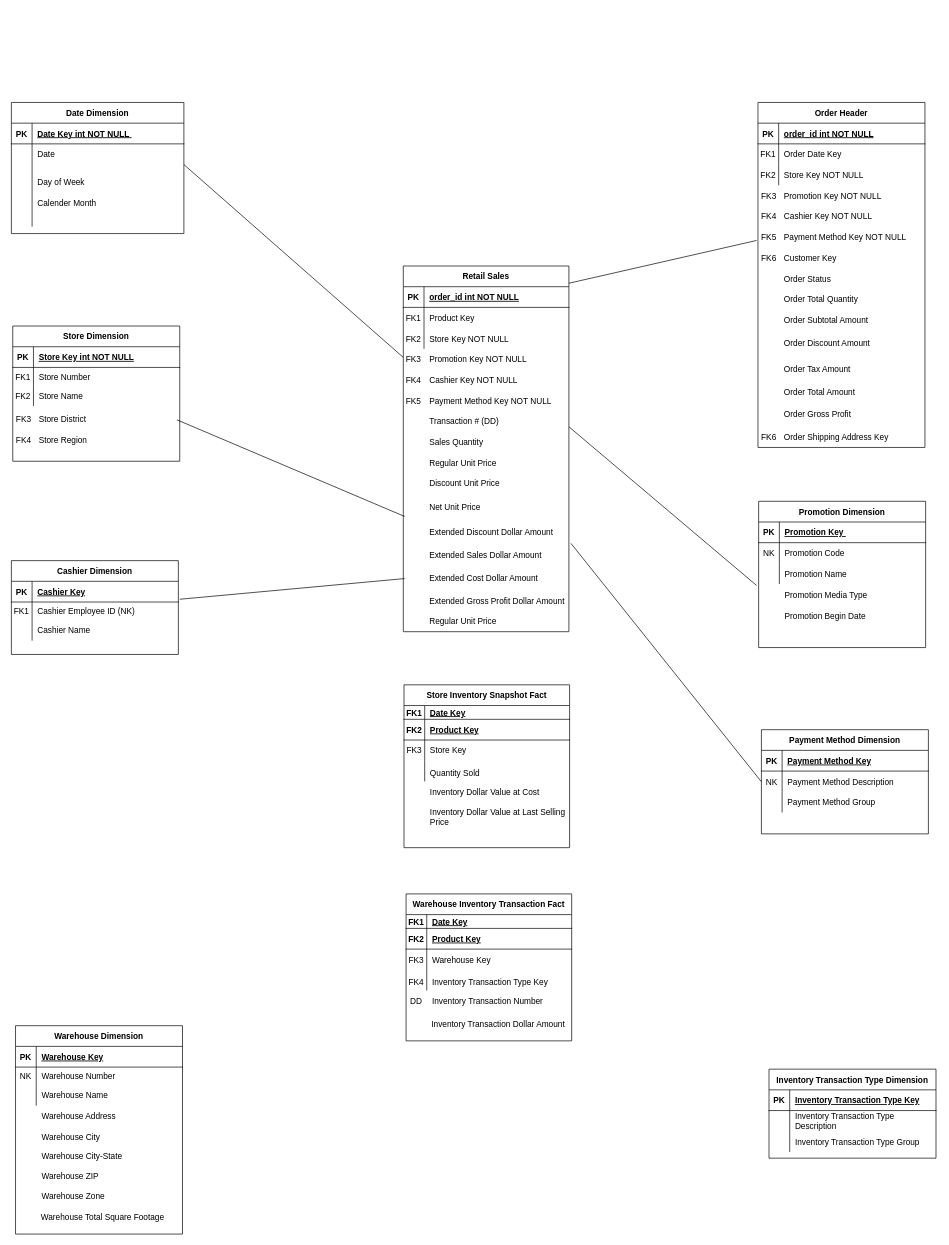
Earlier version of the draw.io diagram Untitled Diagram.drawio (mannny29/demo). Source tidied: cells renumbered, new cells numbered last; positions are measured from the earlier drawing's top-left corner, leaving out a move shared by most shapes. Both pictures are drawn from the tidied source at 69%, with x=0, y=0 at pixel (11, 102).
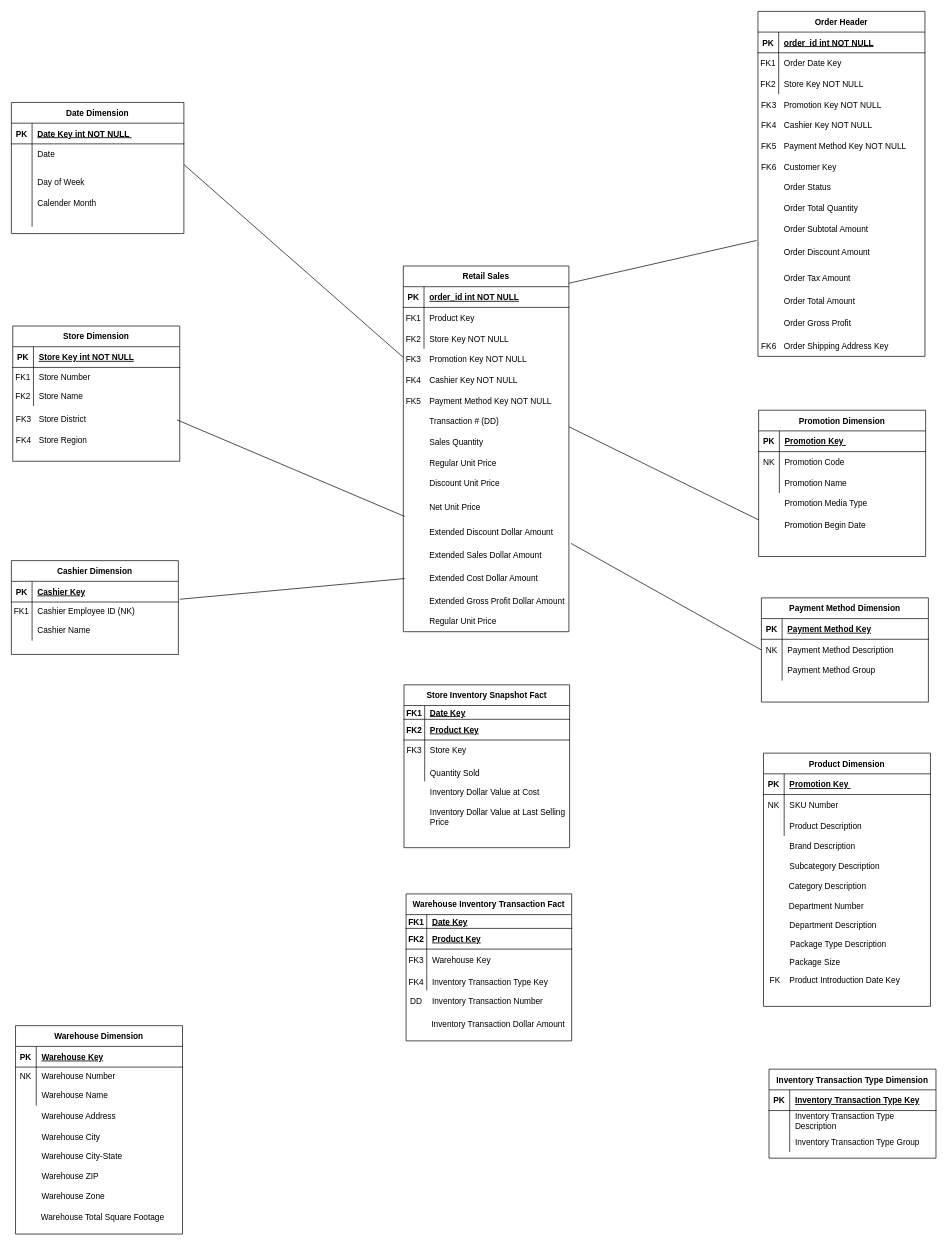
After the change.

Diff of the diagram source:
```diff
@@
     <mxCell id="49" value="Order Header" style="shape=table;startSize=30;childLayout=tableLayout;rowLines=0;fontStyle=1;align=center;" parent="1" vertex="1">
-      <mxGeometry x="1082" width="242" height="500" as="geometry" />
+      <mxGeometry x="1082" y="-132" width="242" height="500" as="geometry" />
     </mxCell>
@@
     <mxCell id="59" value="FK3" style="shape=partialRectangle;overflow=hidden;fillColor=none;top=0;left=0;bottom=0;right=0;" parent="1" vertex="1">
-      <mxGeometry x="1082" y="120" width="32" height="30" as="geometry" />
+      <mxGeometry x="1082" y="-12" width="32" height="30" as="geometry" />
     </mxCell>
     <mxCell id="60" value="Promotion Key NOT NULL" style="shape=partialRectangle;overflow=hidden;fillColor=none;top=0;left=0;bottom=0;right=0;align=left;spacingLeft=6;" parent="1" vertex="1">
-      <mxGeometry x="1112" y="120" width="222" height="30" as="geometry" />
+      <mxGeometry x="1112" y="-12" width="222" height="30" as="geometry" />
     </mxCell>
     <mxCell id="61" value="FK4" style="shape=partialRectangle;overflow=hidden;fillColor=none;top=0;left=0;bottom=0;right=0;" parent="1" vertex="1">
-      <mxGeometry x="1082" y="150" width="32" height="30" as="geometry" />
+      <mxGeometry x="1082" y="18" width="32" height="30" as="geometry" />
     </mxCell>
     <mxCell id="62" value="Cashier Key NOT NULL" style="shape=partialRectangle;overflow=hidden;fillColor=none;top=0;left=0;bottom=0;right=0;align=left;spacingLeft=6;" parent="1" vertex="1">
-      <mxGeometry x="1112" y="150" width="222" height="30" as="geometry" />
+      <mxGeometry x="1112" y="18" width="222" height="30" as="geometry" />
     </mxCell>
     <mxCell id="63" value="FK5" style="shape=partialRectangle;overflow=hidden;fillColor=none;top=0;left=0;bottom=0;right=0;" parent="1" vertex="1">
-      <mxGeometry x="1082" y="180" width="32" height="30" as="geometry" />
+      <mxGeometry x="1082" y="48" width="32" height="30" as="geometry" />
     </mxCell>
     <mxCell id="64" value="Payment Method Key NOT NULL" style="shape=partialRectangle;overflow=hidden;fillColor=none;top=0;left=0;bottom=0;right=0;align=left;spacingLeft=6;" parent="1" vertex="1">
-      <mxGeometry x="1112" y="180" width="222" height="30" as="geometry" />
+      <mxGeometry x="1112" y="48" width="222" height="30" as="geometry" />
     </mxCell>
     <mxCell id="65" style="shape=partialRectangle;overflow=hidden;fillColor=none;top=0;left=0;bottom=0;right=0;" parent="1" vertex="1">
-      <mxGeometry x="1082" y="210" width="32" height="30" as="geometry" />
+      <mxGeometry x="1082" y="78" width="32" height="30" as="geometry" />
     </mxCell>
     <mxCell id="66" value="Customer Key " style="shape=partialRectangle;overflow=hidden;fillColor=none;top=0;left=0;bottom=0;right=0;align=left;spacingLeft=6;" parent="1" vertex="1">
-      <mxGeometry x="1112" y="210" width="222" height="30" as="geometry" />
+      <mxGeometry x="1112" y="78" width="222" height="30" as="geometry" />
     </mxCell>
     <mxCell id="67" style="shape=partialRectangle;overflow=hidden;fillColor=none;top=0;left=0;bottom=0;right=0;" parent="1" vertex="1">
-      <mxGeometry x="1082" y="240" width="32" height="30" as="geometry" />
+      <mxGeometry x="1082" y="108" width="32" height="30" as="geometry" />
     </mxCell>
     <mxCell id="68" value="Order Status" style="shape=partialRectangle;overflow=hidden;fillColor=none;top=0;left=0;bottom=0;right=0;align=left;spacingLeft=6;" parent="1" vertex="1">
-      <mxGeometry x="1112" y="240" width="222" height="30" as="geometry" />
+      <mxGeometry x="1112" y="108" width="222" height="30" as="geometry" />
     </mxCell>
     <mxCell id="69" style="shape=partialRectangle;overflow=hidden;fillColor=none;top=0;left=0;bottom=0;right=0;" parent="1" vertex="1">
-      <mxGeometry x="1082" y="270" width="32" height="30" as="geometry" />
+      <mxGeometry x="1082" y="138" width="32" height="30" as="geometry" />
     </mxCell>
     <mxCell id="70" value="Order Total Quantity" style="shape=partialRectangle;overflow=hidden;fillColor=none;top=0;left=0;bottom=0;right=0;align=left;spacingLeft=6;" parent="1" vertex="1">
-      <mxGeometry x="1112" y="270" width="222" height="30" as="geometry" />
+      <mxGeometry x="1112" y="138" width="222" height="30" as="geometry" />
     </mxCell>
     <mxCell id="71" value="Order Subtotal Amount " style="shape=partialRectangle;overflow=hidden;fillColor=none;top=0;left=0;bottom=0;right=0;align=left;spacingLeft=6;" parent="1" vertex="1">
-      <mxGeometry x="1112" y="300" width="222" height="30" as="geometry" />
+      <mxGeometry x="1112" y="168" width="222" height="30" as="geometry" />
     </mxCell>
     <mxCell id="72" value="Order Tax Amount" style="shape=partialRectangle;overflow=hidden;fillColor=none;top=0;left=0;bottom=0;right=0;align=left;spacingLeft=6;" parent="1" vertex="1">
-      <mxGeometry x="1112" y="371" width="222" height="30" as="geometry" />
+      <mxGeometry x="1112" y="239" width="222" height="30" as="geometry" />
     </mxCell>
     <mxCell id="73" value="Order Discount Amount" style="shape=partialRectangle;overflow=hidden;fillColor=none;top=0;left=0;bottom=0;right=0;align=left;spacingLeft=6;" parent="1" vertex="1">
-      <mxGeometry x="1112" y="334" width="222" height="30" as="geometry" />
+      <mxGeometry x="1112" y="202" width="222" height="30" as="geometry" />
     </mxCell>
     <mxCell id="74" value="Order Total Amount" style="shape=partialRectangle;overflow=hidden;fillColor=none;top=0;left=0;bottom=0;right=0;align=left;spacingLeft=6;" parent="1" vertex="1">
-      <mxGeometry x="1112" y="404" width="222" height="30" as="geometry" />
+      <mxGeometry x="1112" y="272" width="222" height="30" as="geometry" />
     </mxCell>
     <mxCell id="75" value="Order Gross Profit " style="shape=partialRectangle;overflow=hidden;fillColor=none;top=0;left=0;bottom=0;right=0;align=left;spacingLeft=6;" parent="1" vertex="1">
-      <mxGeometry x="1112" y="437" width="222" height="30" as="geometry" />
+      <mxGeometry x="1112" y="305" width="222" height="30" as="geometry" />
     </mxCell>
     <mxCell id="76" value="Order Shipping Address Key" style="shape=partialRectangle;overflow=hidden;fillColor=none;top=0;left=0;bottom=0;right=0;align=left;spacingLeft=6;" parent="1" vertex="1">
-      <mxGeometry x="1112" y="470" width="222" height="30" as="geometry" />
+      <mxGeometry x="1112" y="338" width="222" height="30" as="geometry" />
     </mxCell>
     <mxCell id="77" value="FK6" style="shape=partialRectangle;overflow=hidden;fillColor=none;top=0;left=0;bottom=0;right=0;" parent="1" vertex="1">
-      <mxGeometry x="1082" y="210" width="32" height="30" as="geometry" />
+      <mxGeometry x="1082" y="78" width="32" height="30" as="geometry" />
     </mxCell>
     <mxCell id="78" value="FK6" style="shape=partialRectangle;overflow=hidden;fillColor=none;top=0;left=0;bottom=0;right=0;" parent="1" vertex="1">
-      <mxGeometry x="1082" y="470" width="32" height="30" as="geometry" />
+      <mxGeometry x="1082" y="338" width="32" height="30" as="geometry" />
     </mxCell>
@@
     <mxCell id="107" value="Promotion Dimension" style="shape=table;startSize=30;childLayout=tableLayout;rowLines=0;fontStyle=1;align=center;" parent="1" vertex="1">
-      <mxGeometry x="1083" y="578" width="242" height="212" as="geometry" />
+      <mxGeometry x="1083" y="446" width="242" height="212" as="geometry" />
     </mxCell>
@@
     <mxCell id="117" value="Promotion Media Type" style="shape=partialRectangle;overflow=hidden;fillColor=none;top=0;left=0;bottom=0;right=0;align=left;spacingLeft=6;" parent="1" vertex="1">
-      <mxGeometry x="1113" y="698" width="222" height="30" as="geometry" />
+      <mxGeometry x="1113" y="566" width="222" height="30" as="geometry" />
     </mxCell>
     <mxCell id="118" value="Promotion Begin Date" style="shape=partialRectangle;overflow=hidden;fillColor=none;top=0;left=0;bottom=0;right=0;align=left;spacingLeft=6;" parent="1" vertex="1">
-      <mxGeometry x="1113" y="728" width="222" height="32" as="geometry" />
+      <mxGeometry x="1113" y="596" width="222" height="32" as="geometry" />
     </mxCell>
     <mxCell id="119" style="shape=partialRectangle;overflow=hidden;fillColor=none;top=0;left=0;bottom=0;right=0;" parent="1" vertex="1">
-      <mxGeometry x="1083" y="788" width="32" height="30" as="geometry" />
+      <mxGeometry x="1083" y="656" width="32" height="30" as="geometry" />
     </mxCell>
     <mxCell id="120" style="shape=partialRectangle;overflow=hidden;fillColor=none;top=0;left=0;bottom=0;right=0;" parent="1" vertex="1">
-      <mxGeometry x="1083" y="818" width="32" height="30" as="geometry" />
+      <mxGeometry x="1083" y="686" width="32" height="30" as="geometry" />
     </mxCell>
     <mxCell id="121" style="shape=partialRectangle;overflow=hidden;fillColor=none;top=0;left=0;bottom=0;right=0;" parent="1" vertex="1">
-      <mxGeometry x="1083" y="848" width="32" height="30" as="geometry" />
+      <mxGeometry x="1083" y="716" width="32" height="30" as="geometry" />
     </mxCell>
     <mxCell id="122" value="Payment Method Dimension" style="shape=table;startSize=30;childLayout=tableLayout;rowLines=0;fontStyle=1;align=center;" parent="1" vertex="1">
-      <mxGeometry x="1087" y="909" width="242" height="151" as="geometry" />
+      <mxGeometry x="1087" y="718" width="242" height="151" as="geometry" />
     </mxCell>
@@
-    <mxCell id="137" style="endArrow=none;html=1;rounded=0;" parent="1" edge="1">
+    <mxCell id="137" style="endArrow=none;html=1;rounded=0;entryX=0;entryY=0.75;entryDx=0;entryDy=0;" parent="1" edge="1" target="107">
       <mxGeometry relative="1" as="geometry">
         <mxPoint x="808" y="470" as="sourcePoint" />
-        <mxPoint x="1080" y="700" as="targetPoint" />
       </mxGeometry>
     </mxCell>
@@
+    <mxCell id="203" value="Product Dimension" style="shape=table;startSize=30;childLayout=tableLayout;rowLines=0;fontStyle=1;align=center;" parent="1" vertex="1">
+      <mxGeometry x="1090" y="943" width="242" height="367" as="geometry" />
+    </mxCell>
+    <mxCell id="204" style="shape=partialRectangle;fillColor=none;top=0;left=0;right=0;bottom=1;" parent="203" vertex="1">
+      <mxGeometry y="30" width="242" height="30" as="geometry" />
+    </mxCell>
+    <mxCell id="205" value="PK" style="shape=partialRectangle;overflow=hidden;fillColor=none;top=0;left=0;bottom=0;right=0;fontStyle=1;" parent="204" vertex="1">
+      <mxGeometry width="30" height="30" as="geometry" />
+    </mxCell>
+    <mxCell id="206" value="Promotion Key " style="shape=partialRectangle;overflow=hidden;fillColor=none;top=0;left=0;bottom=0;right=0;align=left;spacingLeft=6;fontStyle=5;" parent="204" vertex="1">
+      <mxGeometry x="30" width="212" height="30" as="geometry" />
+    </mxCell>
+    <mxCell id="207" style="shape=partialRectangle;fillColor=none;top=0;left=0;right=0;bottom=0;" parent="203" vertex="1">
+      <mxGeometry y="60" width="242" height="30" as="geometry" />
+    </mxCell>
+    <mxCell id="208" value="NK" style="shape=partialRectangle;overflow=hidden;fillColor=none;top=0;left=0;bottom=0;right=0;" parent="207" vertex="1">
+      <mxGeometry width="30" height="30" as="geometry" />
+    </mxCell>
+    <mxCell id="209" value="SKU Number" style="shape=partialRectangle;overflow=hidden;fillColor=none;top=0;left=0;bottom=0;right=0;align=left;spacingLeft=6;" parent="207" vertex="1">
+      <mxGeometry x="30" width="212" height="30" as="geometry" />
+    </mxCell>
+    <mxCell id="210" style="shape=partialRectangle;fillColor=none;top=0;left=0;right=0;bottom=0;" parent="203" vertex="1">
+      <mxGeometry y="90" width="242" height="30" as="geometry" />
+    </mxCell>
+    <mxCell id="211" style="shape=partialRectangle;overflow=hidden;fillColor=none;top=0;left=0;bottom=0;right=0;" parent="210" vertex="1">
+      <mxGeometry width="30" height="30" as="geometry" />
+    </mxCell>
+    <mxCell id="212" value="Product Description" style="shape=partialRectangle;overflow=hidden;fillColor=none;top=0;left=0;bottom=0;right=0;align=left;spacingLeft=6;" parent="210" vertex="1">
+      <mxGeometry x="30" width="212" height="30" as="geometry" />
+    </mxCell>
+    <mxCell id="213" value="Brand Description" style="shape=partialRectangle;overflow=hidden;fillColor=none;top=0;left=0;bottom=0;right=0;align=left;spacingLeft=6;" parent="1" vertex="1">
+      <mxGeometry x="1120" y="1063" width="222" height="30" as="geometry" />
+    </mxCell>
+    <mxCell id="214" value="Subcategory Description" style="shape=partialRectangle;overflow=hidden;fillColor=none;top=0;left=0;bottom=0;right=0;align=left;spacingLeft=6;" parent="1" vertex="1">
+      <mxGeometry x="1120" y="1091" width="222" height="32" as="geometry" />
+    </mxCell>
+    <mxCell id="215" style="shape=partialRectangle;overflow=hidden;fillColor=none;top=0;left=0;bottom=0;right=0;" parent="1" vertex="1">
+      <mxGeometry x="1090" y="1153" width="32" height="30" as="geometry" />
+    </mxCell>
+    <mxCell id="216" value="Category Description" style="shape=partialRectangle;overflow=hidden;fillColor=none;top=0;left=0;bottom=0;right=0;align=left;spacingLeft=6;" parent="1" vertex="1">
+      <mxGeometry x="1119" y="1119" width="222" height="32" as="geometry" />
+    </mxCell>
+    <mxCell id="217" value="Department Number" style="shape=partialRectangle;overflow=hidden;fillColor=none;top=0;left=0;bottom=0;right=0;align=left;spacingLeft=6;" parent="1" vertex="1">
+      <mxGeometry x="1119" y="1149" width="222" height="32" as="geometry" />
+    </mxCell>
+    <mxCell id="218" value="Department Description" style="shape=partialRectangle;overflow=hidden;fillColor=none;top=0;left=0;bottom=0;right=0;align=left;spacingLeft=6;" parent="1" vertex="1">
+      <mxGeometry x="1120" y="1176" width="222" height="32" as="geometry" />
+    </mxCell>
+    <mxCell id="219" value="Package Type Description" style="shape=partialRectangle;overflow=hidden;fillColor=none;top=0;left=0;bottom=0;right=0;align=left;spacingLeft=6;" parent="1" vertex="1">
+      <mxGeometry x="1121" y="1203" width="222" height="32" as="geometry" />
+    </mxCell>
+    <mxCell id="220" value="Package Size" style="shape=partialRectangle;overflow=hidden;fillColor=none;top=0;left=0;bottom=0;right=0;align=left;spacingLeft=6;" parent="1" vertex="1">
+      <mxGeometry x="1120" y="1230" width="222" height="32" as="geometry" />
+    </mxCell>
+    <mxCell id="221" value="Product Introduction Date Key " style="shape=partialRectangle;overflow=hidden;fillColor=none;top=0;left=0;bottom=0;right=0;align=left;spacingLeft=6;" parent="1" vertex="1">
+      <mxGeometry x="1120" y="1256" width="222" height="32" as="geometry" />
+    </mxCell>
+    <mxCell id="222" value="FK" style="shape=partialRectangle;overflow=hidden;fillColor=none;top=0;left=0;bottom=0;right=0;" parent="1" vertex="1">
+      <mxGeometry x="1092" y="1257" width="30" height="30" as="geometry" />
+    </mxCell>
```
